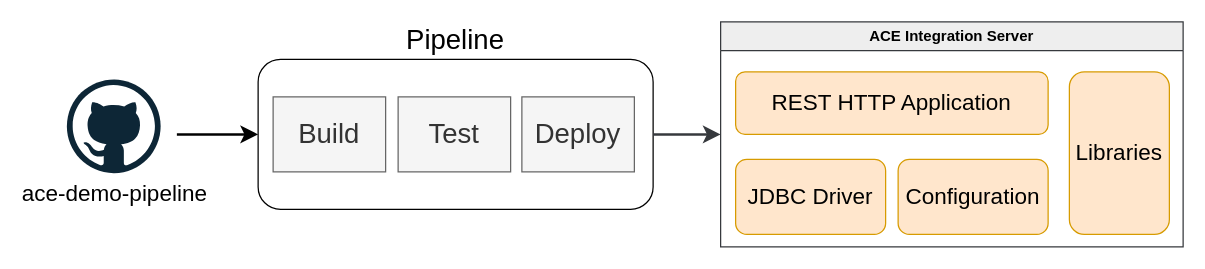
ot4i/ace-demo-pipeline keeps this draw.io diagram as demo-infrastructure/images/pipeline-high-level.drawio. Above is the earlier version. Source tidied: cells renumbered, new cells numbered last; positions are measured from the earlier drawing's top-left corner, leaving out a move shared by most shapes. Both pictures are drawn from the tidied source at 125%, with x=0, y=0 at pixel (66, 21).
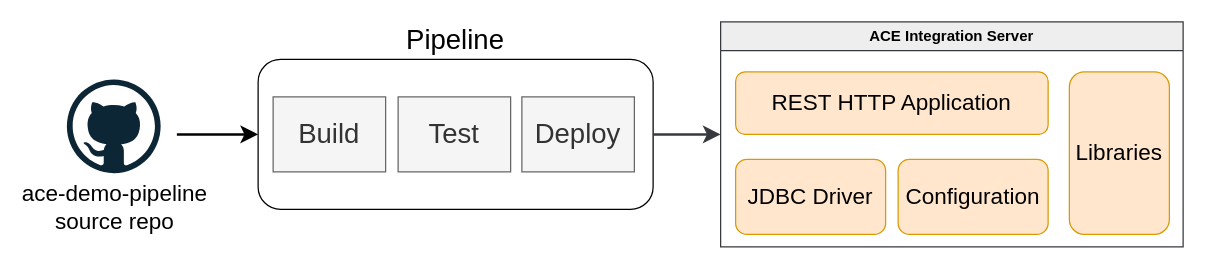
Above is the later version.

What changed in the source:
```diff
@@
 <mxGraphModel>
   <root>
     <mxCell id="0" />
     <mxCell id="1" parent="0" />
     <mxCell id="2" value="Pipeline" style="rounded=1;whiteSpace=wrap;html=1;fontSize=22;fontStyle=0;labelPosition=center;verticalLabelPosition=top;align=center;verticalAlign=bottom;" parent="1" vertex="1">
       <mxGeometry x="153" y="30" width="316" height="120" as="geometry" />
     </mxCell>
-    <mxCell id="3" value="ace-demo-pipeline" style="dashed=0;html=1;align=center;labelPosition=center;verticalLabelPosition=bottom;verticalAlign=top;shape=mxgraph.weblogos.github;fontSize=18;fontStyle=0;" parent="1" vertex="1">
+    <mxCell id="3" value="ace-demo-pipeline&lt;div&gt;source repo&lt;/div&gt;" style="dashed=0;html=1;align=center;labelPosition=center;verticalLabelPosition=bottom;verticalAlign=top;shape=mxgraph.weblogos.github;fontSize=18;fontStyle=0;" parent="1" vertex="1">
       <mxGeometry y="46" width="75" height="75" as="geometry" />
     </mxCell>
     <mxCell id="4" value="Build" style="rounded=0;whiteSpace=wrap;html=1;fontSize=22;fillColor=#f5f5f5;fontColor=#333333;strokeColor=#666666;fontStyle=0;" parent="1" vertex="1">
       <mxGeometry x="165" y="60" width="90" height="60" as="geometry" />
     </mxCell>
     <mxCell id="5" value="Test" style="rounded=0;whiteSpace=wrap;html=1;fontSize=22;fillColor=#f5f5f5;fontColor=#333333;strokeColor=#666666;fontStyle=0;" parent="1" vertex="1">
       <mxGeometry x="265" y="60" width="90" height="60" as="geometry" />
     </mxCell>
     <mxCell id="6" value="Deploy" style="rounded=0;whiteSpace=wrap;html=1;fontSize=22;fillColor=#f5f5f5;fontColor=#333333;strokeColor=#666666;fontStyle=0;" parent="1" vertex="1">
       <mxGeometry x="364" y="60" width="90" height="60" as="geometry" />
     </mxCell>
     <mxCell id="7" style="edgeStyle=elbowEdgeStyle;elbow=horizontal;endArrow=classic;html=1;curved=0;rounded=0;endSize=8;startSize=8;entryX=0;entryY=0.5;entryDx=0;entryDy=0;strokeWidth=2;fontStyle=0;" parent="1" edge="1" target="2">
       <mxGeometry relative="1" as="geometry">
         <mxPoint x="88" y="90" as="sourcePoint" />
       </mxGeometry>
     </mxCell>
     <mxCell id="8" style="edgeStyle=elbowEdgeStyle;elbow=horizontal;endArrow=classic;html=1;curved=0;rounded=0;endSize=8;startSize=8;exitX=1;exitY=0.5;exitDx=0;exitDy=0;strokeWidth=2;fontStyle=0;entryX=0;entryY=0.5;entryDx=0;entryDy=0;fillColor=#eeeeee;strokeColor=#36393d;" parent="1" edge="1" source="2" target="9">
       <mxGeometry relative="1" as="geometry" />
     </mxCell>
     <mxCell id="9" value="ACE Integration Server" style="swimlane;whiteSpace=wrap;html=1;fillColor=#eeeeee;strokeColor=#36393d;" parent="1" vertex="1">
       <mxGeometry x="523" width="370" height="180" as="geometry" />
     </mxCell>
     <mxCell id="10" value="&lt;font style=&quot;font-size: 18px;&quot;&gt;REST HTTP Application&lt;/font&gt;" style="rounded=1;whiteSpace=wrap;html=1;fillColor=#ffe6cc;strokeColor=#d79b00;" parent="9" vertex="1">
       <mxGeometry x="12" y="40" width="250" height="50" as="geometry" />
     </mxCell>
     <mxCell id="11" value="&lt;font style=&quot;font-size: 18px;&quot;&gt;Configuration&lt;/font&gt;" style="rounded=1;whiteSpace=wrap;html=1;fillColor=#ffe6cc;strokeColor=#d79b00;" parent="9" vertex="1">
       <mxGeometry x="142" y="110" width="120" height="60" as="geometry" />
     </mxCell>
     <mxCell id="12" value="&lt;font style=&quot;font-size: 18px;&quot;&gt;JDBC Driver&lt;/font&gt;" style="rounded=1;whiteSpace=wrap;html=1;fillColor=#ffe6cc;strokeColor=#d79b00;" parent="9" vertex="1">
       <mxGeometry x="12" y="110" width="120" height="60" as="geometry" />
     </mxCell>
     <mxCell id="13" value="&lt;font style=&quot;font-size: 18px;&quot;&gt;Libraries&lt;/font&gt;" style="rounded=1;whiteSpace=wrap;html=1;fillColor=#ffe6cc;strokeColor=#d79b00;" parent="9" vertex="1">
       <mxGeometry x="279" y="40" width="80" height="130" as="geometry" />
     </mxCell>
   </root>
 </mxGraphModel>
```
